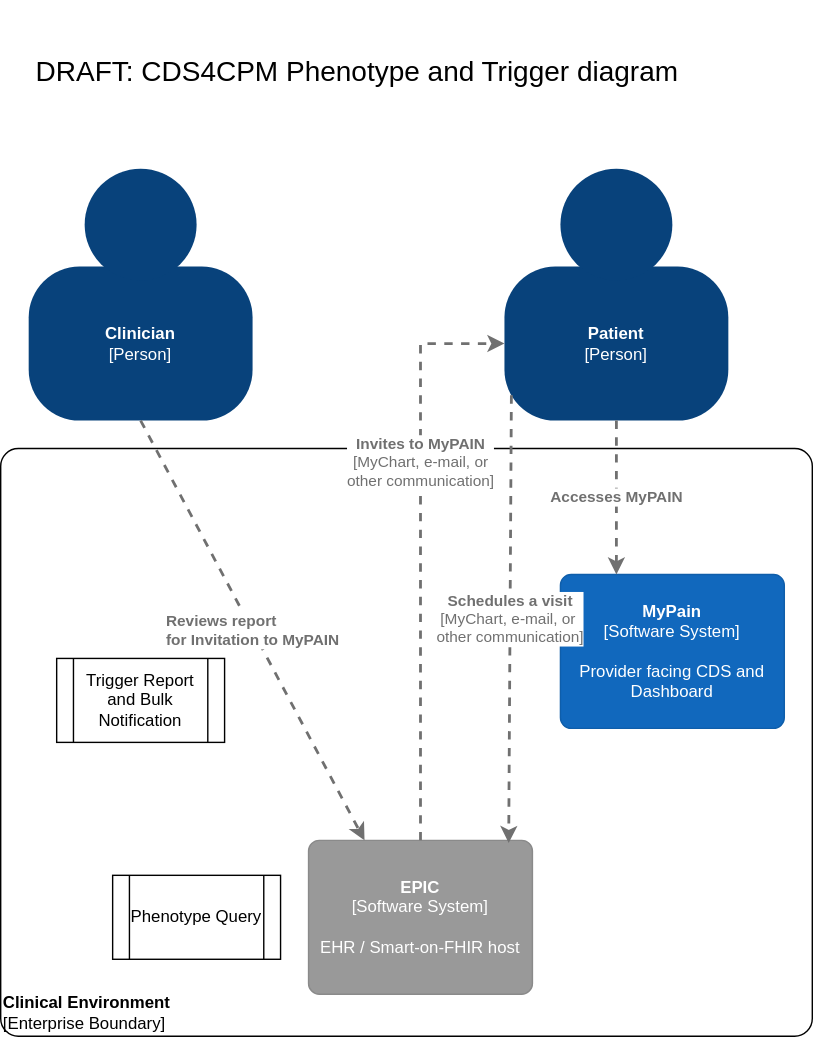
Earlier version of the draw.io export input/pagecontent/img/CDS4CPM Phenotype and trigger diagram.svg (cqframework/cds4cpm). Source tidied: cells renumbered, new cells last; positions are measured from the earlier drawing's top-left corner, leaving out a move shared by most shapes.
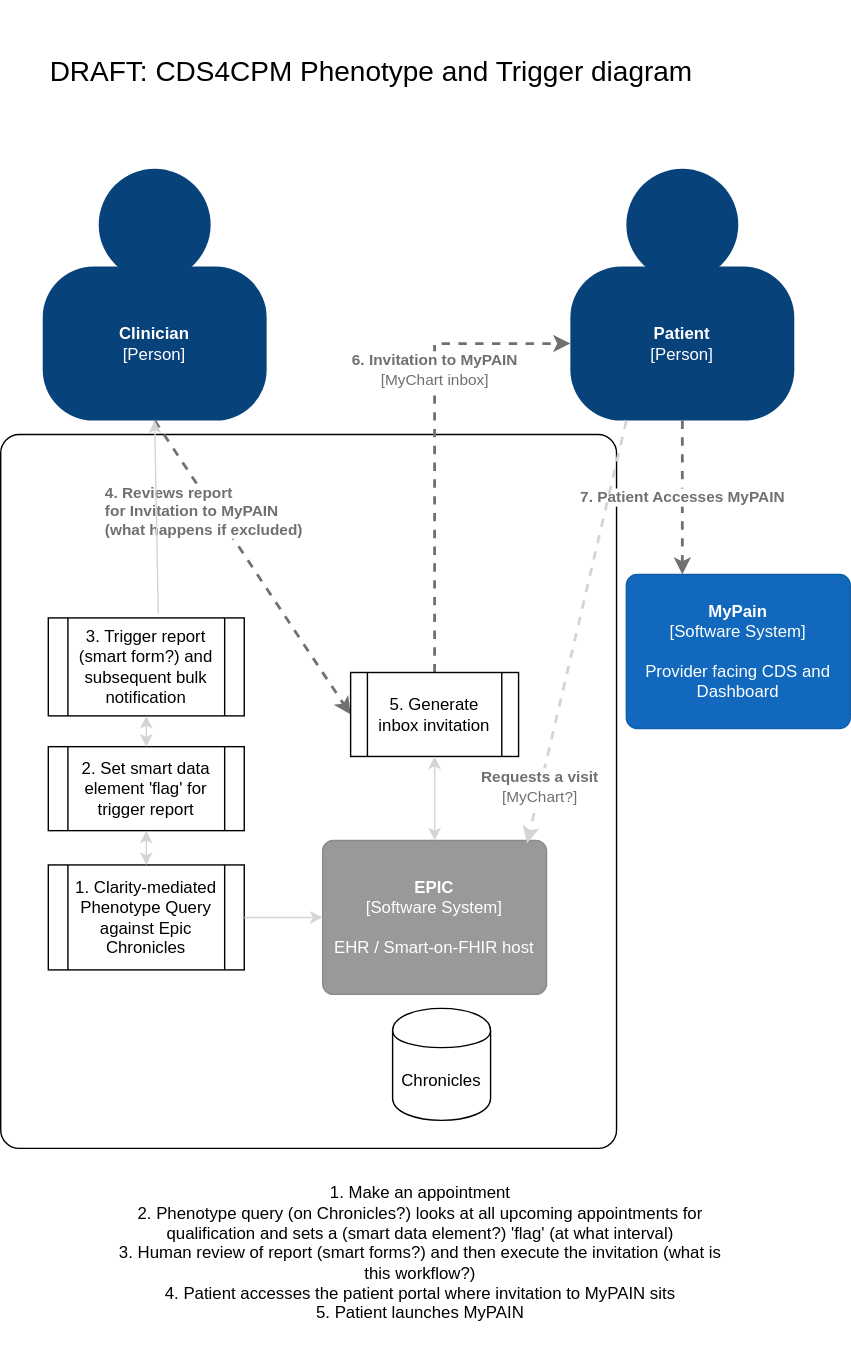
Above is the later version.

The edit, as a diff of the source:
```diff
@@ -2,13 +2,13 @@
   <root>
     <mxCell id="0" />
     <mxCell id="1" parent="0" />
-    <object id="2" label="&lt;div style=&quot;text-align: left&quot;&gt;&lt;b&gt;Clinical Environment&lt;/b&gt;&lt;br&gt;&lt;/div&gt;&lt;div style=&quot;text-align: left&quot;&gt;[Enterprise Boundary]&lt;/div&gt;" c4Application="applicationAndVersion" c4Name="name" c4Type="ExecutionEnvironment" placeholders="1">
+    <object id="2" label="&lt;div style=&quot;text-align: left&quot;&gt;&lt;br&gt;&lt;/div&gt;" c4Application="applicationAndVersion" c4Name="name" c4Type="ExecutionEnvironment" placeholders="1">
       <mxCell style="rounded=1;whiteSpace=wrap;html=1;labelBackgroundColor=none;fillColor=#ffffff;fontColor=#000000;align=left;arcSize=3;strokeColor=#000000;verticalAlign=bottom;" parent="1" vertex="1">
-        <mxGeometry y="320" width="580" height="420" as="geometry" />
+        <mxGeometry x="-170" y="320" width="440" height="510" as="geometry" />
       </mxCell>
     </object>
     <mxCell id="3" style="group;rounded=0;labelBackgroundColor=none;fillColor=none;fontColor=#ffffff;align=center;html=1;" parent="1" vertex="1">
-      <mxGeometry x="20" y="120" width="160" height="180" as="geometry" />
+      <mxGeometry x="-140" y="130" width="160" height="180" as="geometry" />
     </mxCell>
     <object id="4" label="&lt;b&gt;Clinician&lt;/b&gt;&lt;div&gt;[Person]&lt;/div&gt;" c4Description="Description" c4Name="name" c4Type="body" placeholders="1">
       <mxCell style="rounded=1;whiteSpace=wrap;html=1;labelBackgroundColor=none;fillColor=#08427b;fontColor=#ffffff;align=center;arcSize=33;strokeColor=3c7fc0;" parent="3" vertex="1">
@@ -19,7 +19,7 @@
       <mxGeometry x="40" width="80" height="80" as="geometry" />
     </mxCell>
     <mxCell id="6" style="group;rounded=0;labelBackgroundColor=none;fillColor=none;fontColor=#ffffff;align=center;html=1;" parent="1" vertex="1">
-      <mxGeometry x="360" y="120" width="160" height="180" as="geometry" />
+      <mxGeometry x="237" y="130" width="160" height="180" as="geometry" />
     </mxCell>
     <object id="7" label="&lt;div&gt;&lt;b&gt;Patient&lt;/b&gt;&lt;/div&gt;&lt;div&gt;[Person]&lt;/div&gt;" c4Description="Description" c4Name="name" c4Type="body" placeholders="1">
       <mxCell style="rounded=1;whiteSpace=wrap;html=1;labelBackgroundColor=none;fillColor=#08427b;fontColor=#ffffff;align=center;arcSize=33;strokeColor=3c7fc0;" parent="6" vertex="1">
@@ -31,39 +31,70 @@
     </mxCell>
     <object id="9" label="&lt;b&gt;MyPain&lt;/b&gt;&lt;div&gt;[Software System]&lt;/div&gt;&lt;div&gt;&lt;br&gt;&lt;/div&gt;&lt;div&gt;Provider facing CDS and Dashboard&lt;br&gt;&lt;/div&gt;" c4Description="Description" c4Name="name" c4Type="SoftwareSystem" placeholders="1">
       <mxCell style="rounded=1;whiteSpace=wrap;html=1;labelBackgroundColor=none;fillColor=#1168bd;fontColor=#ffffff;align=center;arcSize=7;strokeColor=#0f5eaa;" parent="1" vertex="1">
-        <mxGeometry x="400" y="410" width="160" height="110" as="geometry" />
+        <mxGeometry x="277" y="420" width="160" height="110" as="geometry" />
       </mxCell>
     </object>
     <object id="10" label="&lt;b&gt;EPIC&lt;/b&gt;&lt;div&gt;[Software System]&lt;/div&gt;&lt;div&gt;&lt;br&gt;&lt;/div&gt;&lt;div&gt;EHR / Smart-on-FHIR host&lt;br&gt;&lt;/div&gt;" c4Description="Description" c4Name="name" c4Type="SoftwareSystemDependency" placeholders="1">
       <mxCell style="rounded=1;whiteSpace=wrap;html=1;labelBackgroundColor=none;fillColor=#999999;fontColor=#ffffff;align=center;arcSize=7;strokeColor=#8a8a8a;" parent="1" vertex="1">
-        <mxGeometry x="220" y="600" width="160" height="110" as="geometry" />
+        <mxGeometry x="60" y="610" width="160" height="110" as="geometry" />
       </mxCell>
     </object>
-    <mxCell id="11" value="&lt;div style=&quot;text-align: left&quot;&gt;&lt;b&gt;Reviews report&amp;nbsp;&lt;/b&gt;&lt;/div&gt;&lt;div style=&quot;text-align: left&quot;&gt;&lt;b&gt;for Invitation to MyPAIN&lt;/b&gt;&lt;/div&gt;" style="edgeStyle=none;rounded=0;html=1;entryX=0.25;entryY=0;jettySize=auto;strokeColor=#707070;strokeWidth=2;fontColor=#707070;jumpStyle=none;dashed=1;exitX=0.5;exitY=1;exitDx=0;exitDy=0;entryDx=0;entryDy=0;" parent="1" edge="1" source="4" target="10">
-      <mxGeometry relative="1" as="geometry" />
+    <mxCell id="11" value="&lt;div style=&quot;text-align: left&quot;&gt;&lt;b&gt;4. Reviews report&amp;nbsp;&lt;/b&gt;&lt;/div&gt;&lt;div style=&quot;text-align: left&quot;&gt;&lt;b&gt;for Invitation to MyPAIN&lt;/b&gt;&lt;/div&gt;&lt;div style=&quot;text-align: left&quot;&gt;&lt;b&gt;(what happens if excluded)&lt;/b&gt;&lt;/div&gt;" style="edgeStyle=none;rounded=0;html=1;entryX=0;entryY=0.5;jettySize=auto;strokeColor=#707070;strokeWidth=2;fontColor=#707070;jumpStyle=none;dashed=1;exitX=0.5;exitY=1;exitDx=0;exitDy=0;entryDx=0;entryDy=0;" parent="1" edge="1" source="4" target="23">
+      <mxGeometry x="-0.42" y="-7" relative="1" as="geometry" />
     </mxCell>
-    <mxCell id="12" value="&lt;div style=&quot;text-align: left&quot;&gt;&lt;b&gt;Accesses MyPAIN&lt;/b&gt;&lt;/div&gt;" style="edgeStyle=none;rounded=0;html=1;entryX=0.25;entryY=0;jettySize=auto;strokeColor=#707070;strokeWidth=2;fontColor=#707070;jumpStyle=none;dashed=1;exitX=0.5;exitY=1;exitDx=0;exitDy=0;entryDx=0;entryDy=0;" parent="1" edge="1" source="7" target="9">
+    <mxCell id="12" value="&lt;div style=&quot;text-align: left&quot;&gt;&lt;b&gt;7. Patient Accesses MyPAIN&lt;/b&gt;&lt;/div&gt;" style="edgeStyle=none;rounded=0;html=1;entryX=0.25;entryY=0;jettySize=auto;strokeColor=#707070;strokeWidth=2;fontColor=#707070;jumpStyle=none;dashed=1;exitX=0.5;exitY=1;exitDx=0;exitDy=0;entryDx=0;entryDy=0;" parent="1" edge="1" source="7" target="9">
       <mxGeometry relative="1" as="geometry" />
     </mxCell>
-    <mxCell id="13" value="&lt;div&gt;&lt;div align=&quot;center&quot;&gt;&lt;b&gt;Invites to MyPAIN&lt;/b&gt;&lt;/div&gt;&lt;div style=&quot;text-align: center&quot;&gt;[MyChart, e-mail, or &lt;br&gt;other communication]&lt;/div&gt;&lt;/div&gt;" style="edgeStyle=none;rounded=0;html=1;entryX=0;entryY=0.5;jettySize=auto;strokeColor=#707070;strokeWidth=2;fontColor=#707070;jumpStyle=none;dashed=1;entryDx=0;entryDy=0;exitX=0.5;exitY=0;exitDx=0;exitDy=0;" parent="1" edge="1" source="10" target="7">
+    <mxCell id="13" value="&lt;div&gt;&lt;div align=&quot;center&quot;&gt;&lt;b&gt;6. Invitation to MyPAIN&lt;/b&gt;&lt;/div&gt;&lt;div style=&quot;text-align: center&quot;&gt;[MyChart inbox]&lt;/div&gt;&lt;/div&gt;" style="edgeStyle=none;rounded=0;html=1;entryX=0;entryY=0.5;jettySize=auto;strokeColor=#707070;strokeWidth=2;fontColor=#707070;jumpStyle=none;dashed=1;entryDx=0;entryDy=0;exitX=0.5;exitY=0;exitDx=0;exitDy=0;" parent="1" edge="1" source="23" target="7">
       <mxGeometry x="0.3" relative="1" as="geometry">
         <Array as="points">
-          <mxPoint x="300" y="420" />
-          <mxPoint x="300" y="245" />
+          <mxPoint x="140" y="430" />
+          <mxPoint x="140" y="255" />
         </Array>
       </mxGeometry>
     </mxCell>
-    <mxCell id="14" value="&lt;div&gt;&lt;div align=&quot;center&quot;&gt;&lt;b&gt;Schedules a visit&lt;/b&gt;&lt;/div&gt;&lt;/div&gt;&lt;div align=&quot;center&quot;&gt;[MyChart, e-mail, or&amp;nbsp;&lt;br&gt;other communication]&lt;b&gt;&lt;br&gt;&lt;/b&gt;&lt;/div&gt;" style="edgeStyle=none;rounded=0;html=1;entryX=0.894;entryY=0.018;jettySize=auto;strokeColor=#707070;strokeWidth=2;fontColor=#707070;jumpStyle=none;dashed=1;entryDx=0;entryDy=0;exitX=0.031;exitY=0.836;exitDx=0;exitDy=0;exitPerimeter=0;entryPerimeter=0;" parent="1" edge="1" source="7" target="10">
-      <mxGeometry relative="1" as="geometry" />
+    <mxCell id="14" value="&lt;div&gt;&lt;div align=&quot;center&quot;&gt;&lt;b&gt;Requests a visit&lt;/b&gt;&lt;/div&gt;&lt;/div&gt;&lt;div align=&quot;center&quot;&gt;[MyChart?]&lt;b&gt;&lt;br&gt;&lt;/b&gt;&lt;/div&gt;" style="edgeStyle=none;rounded=0;html=1;entryX=0.894;entryY=0.018;jettySize=auto;strokeColor=#D4D4D4;strokeWidth=2;fontColor=#707070;jumpStyle=none;dashed=1;entryDx=0;entryDy=0;exitX=0.25;exitY=1;exitDx=0;exitDy=0;entryPerimeter=0;" parent="1" edge="1" source="7">
+      <mxGeometry x="0.74" relative="1" as="geometry">
+        <mxPoint x="206" y="612" as="targetPoint" />
+      </mxGeometry>
     </mxCell>
     <mxCell id="15" value="DRAFT: CDS4CPM Phenotype and Trigger diagram" style="text;html=1;strokeColor=none;fillColor=none;align=center;verticalAlign=middle;whiteSpace=wrap;rounded=0;fontSize=20;fontColor=#000000;" parent="1" vertex="1">
-      <mxGeometry x="20" width="470" height="100" as="geometry" />
+      <mxGeometry x="-140" y="10" width="470" height="100" as="geometry" />
     </mxCell>
-    <mxCell id="16" value="Phenotype Query" style="shape=process;whiteSpace=wrap;html=1;backgroundOutline=1;" parent="1" vertex="1">
-      <mxGeometry x="80" y="625" width="120" height="60" as="geometry" />
+    <mxCell id="16" value="1. Clarity-mediated Phenotype Query against Epic Chronicles" style="shape=process;whiteSpace=wrap;html=1;backgroundOutline=1;" parent="1" vertex="1">
+      <mxGeometry x="-136" y="627.5" width="140" height="75" as="geometry" />
     </mxCell>
-    <mxCell id="17" value="Trigger Report and Bulk Notification" style="shape=process;whiteSpace=wrap;html=1;backgroundOutline=1;" parent="1" vertex="1">
-      <mxGeometry x="40" y="470" width="120" height="60" as="geometry" />
+    <mxCell id="17" value="3. Trigger report (smart form?) and subsequent bulk notification" style="shape=process;whiteSpace=wrap;html=1;backgroundOutline=1;" parent="1" vertex="1">
+      <mxGeometry x="-136" y="451" width="140" height="70" as="geometry" />
     </mxCell>
+    <mxCell id="18" value="2. Set smart data element 'flag' for trigger report" style="shape=process;whiteSpace=wrap;html=1;backgroundOutline=1;" parent="1" vertex="1">
+      <mxGeometry x="-136" y="543" width="140" height="60" as="geometry" />
+    </mxCell>
+    <mxCell id="19" value="1. Make an appointment&lt;br&gt;2. Phenotype query (on Chronicles?) looks at all upcoming appointments for qualification&amp;nbsp;and sets a (smart data element?) 'flag' (at what interval)&lt;br&gt;3. Human review of report (smart forms?) and then execute the invitation (what is this workflow?)&lt;br&gt;4. Patient accesses the patient portal where invitation to MyPAIN sits&lt;br&gt;5. Patient launches MyPAIN" style="text;html=1;strokeColor=none;fillColor=none;align=center;verticalAlign=middle;whiteSpace=wrap;rounded=0;" parent="1" vertex="1">
+      <mxGeometry x="-90" y="840" width="440" height="130" as="geometry" />
+    </mxCell>
+    <mxCell id="20" style="endArrow=classic;html=1;strokeColor=#D4D4D4;exitX=1;exitY=0.5;exitDx=0;exitDy=0;entryX=0;entryY=0.5;entryDx=0;entryDy=0;" parent="1" edge="1" source="16" target="10">
+      <mxGeometry relative="1" as="geometry" />
+    </mxCell>
+    <mxCell id="21" style="endArrow=classic;startArrow=classic;html=1;strokeColor=#D4D4D4;exitX=0.5;exitY=0;exitDx=0;exitDy=0;" parent="1" edge="1" source="18" target="17">
+      <mxGeometry relative="1" as="geometry" />
+    </mxCell>
+    <mxCell id="22" style="endArrow=classic;startArrow=classic;html=1;strokeColor=#D4D4D4;exitX=0.5;exitY=0;exitDx=0;exitDy=0;entryX=0.5;entryY=1;entryDx=0;entryDy=0;" parent="1" edge="1" source="16" target="18">
+      <mxGeometry relative="1" as="geometry" />
+    </mxCell>
+    <mxCell id="23" value="5. Generate inbox invitation" style="shape=process;whiteSpace=wrap;html=1;backgroundOutline=1;" parent="1" vertex="1">
+      <mxGeometry x="80" y="490" width="120" height="60" as="geometry" />
+    </mxCell>
+    <mxCell id="24" style="endArrow=classic;html=1;strokeColor=#D4D4D4;exitX=0.561;exitY=-0.043;exitDx=0;exitDy=0;exitPerimeter=0;" parent="1" edge="1" source="17">
+      <mxGeometry relative="1" as="geometry">
+        <mxPoint x="-60" y="310" as="targetPoint" />
+      </mxGeometry>
+    </mxCell>
+    <mxCell id="25" style="endArrow=classic;startArrow=classic;html=1;strokeColor=#D4D4D4;exitX=0.5;exitY=0;exitDx=0;exitDy=0;entryX=0.5;entryY=1;entryDx=0;entryDy=0;" parent="1" edge="1" source="10" target="23">
+      <mxGeometry relative="1" as="geometry" />
+    </mxCell>
+    <mxCell id="26" value="Chronicles" style="shape=cylinder;whiteSpace=wrap;html=1;boundedLbl=1;backgroundOutline=1;" parent="1" vertex="1">
+      <mxGeometry x="110" y="730" width="70" height="80" as="geometry" />
+    </mxCell>
   </root>
 </mxGraphModel>
```
